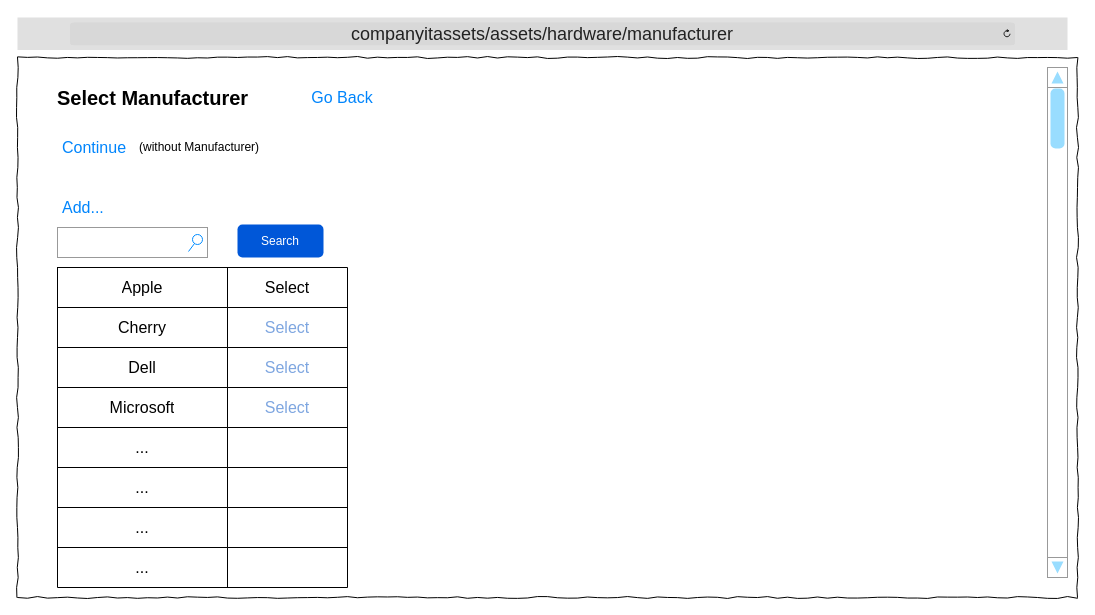
This is Wireframes/ITAT_HWAssets_Add_SelectManuf.drawio from TRed91/ITAssetTracking, a draw.io file, before an edit. Source tidied: cells renumbered, new cells numbered last; positions are measured from the earlier drawing's top-left corner, leaving out a move shared by most shapes. Both pictures are drawn from the tidied source at 100%, with x=0, y=0 at pixel (17, 17).
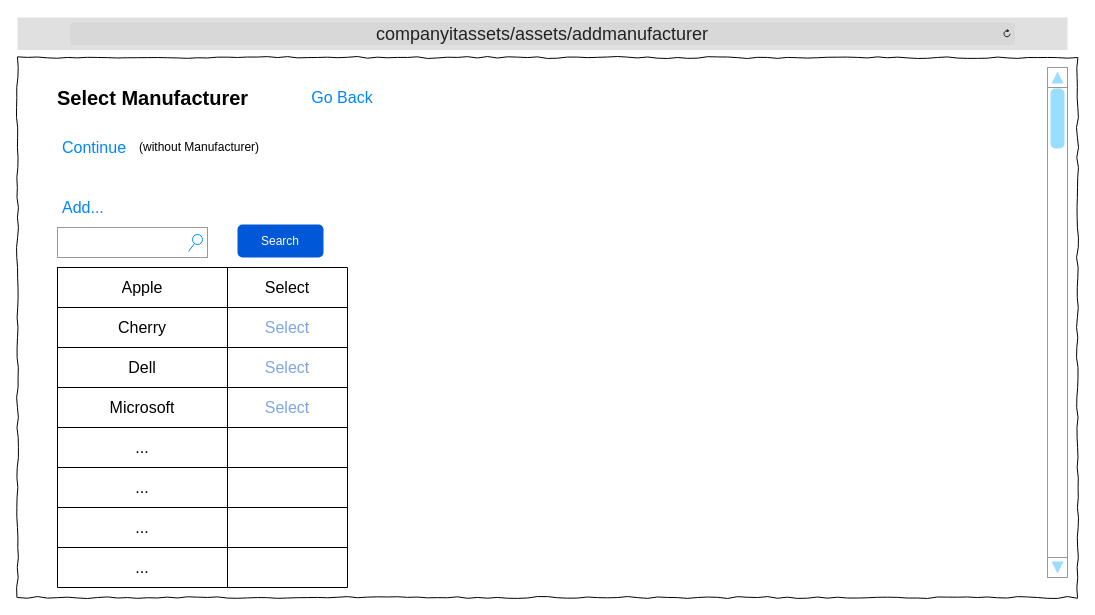
Above is the later version.

The edit, as a diff of the source:
```diff
@@
-    <mxCell id="3" value="&lt;font style=&quot;font-size: 18px;&quot;&gt;companyitassets/assets/hardware/manufacturer&lt;/font&gt;" style="html=1;strokeWidth=1;shadow=0;dashed=0;shape=mxgraph.ios7ui.url;fillColor=#e0e0e0;strokeColor=#c0c0c0;buttonText=;strokeColor2=#222222;fontColor=#222222;fontSize=8;spacingTop=2;align=center;whiteSpace=wrap;" parent="1" vertex="1">
+    <mxCell id="3" value="&lt;font style=&quot;font-size: 18px;&quot;&gt;companyitassets/assets/addmanufacturer&lt;/font&gt;" style="html=1;strokeWidth=1;shadow=0;dashed=0;shape=mxgraph.ios7ui.url;fillColor=#e0e0e0;strokeColor=#c0c0c0;buttonText=;strokeColor2=#222222;fontColor=#222222;fontSize=8;spacingTop=2;align=center;whiteSpace=wrap;" parent="1" vertex="1">
       <mxGeometry width="1050" height="32.5" as="geometry" />
     </mxCell>
```
